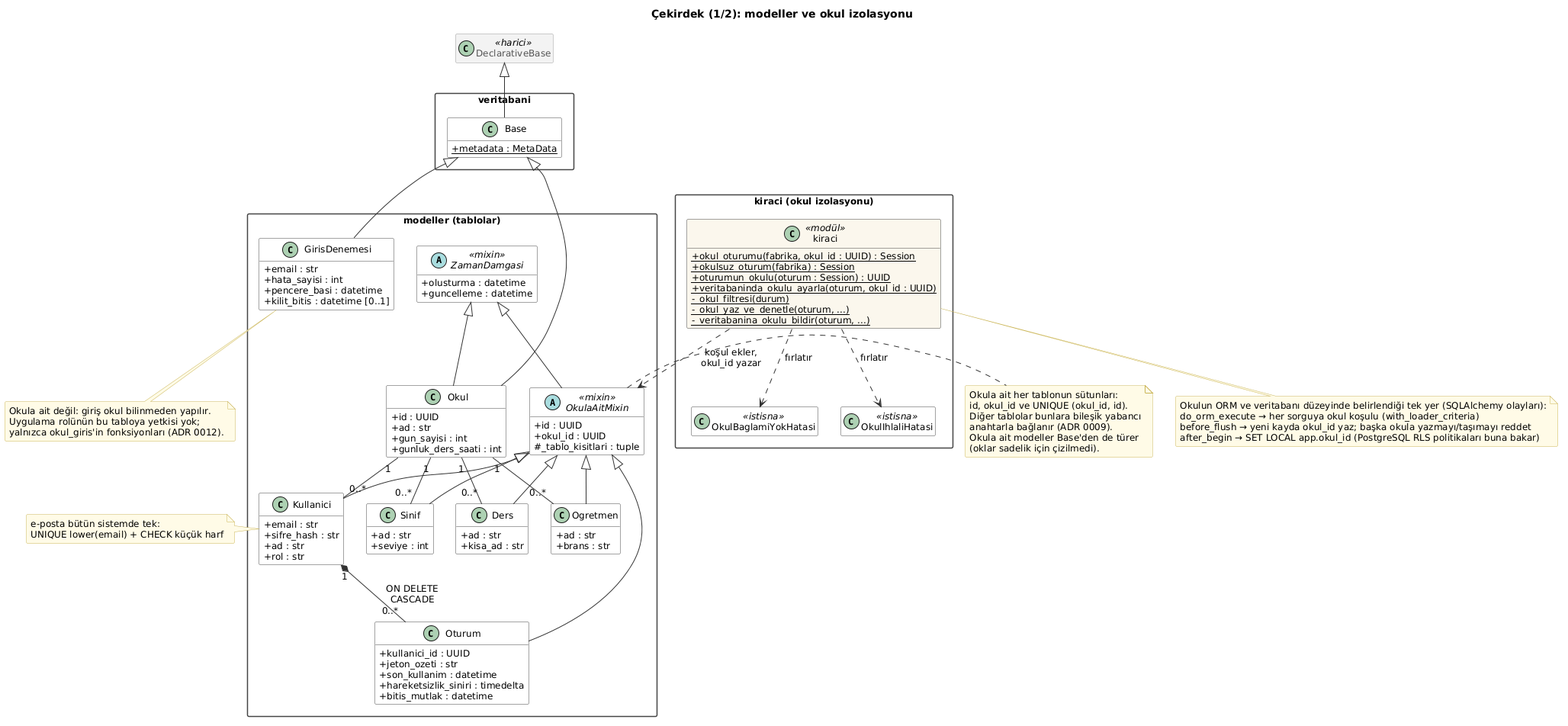
The PlantUML diagram docs/diyagramlar/cikti/02-cekirdek-modeller.png in yusuf-aycicek/cizelge, before a commit.
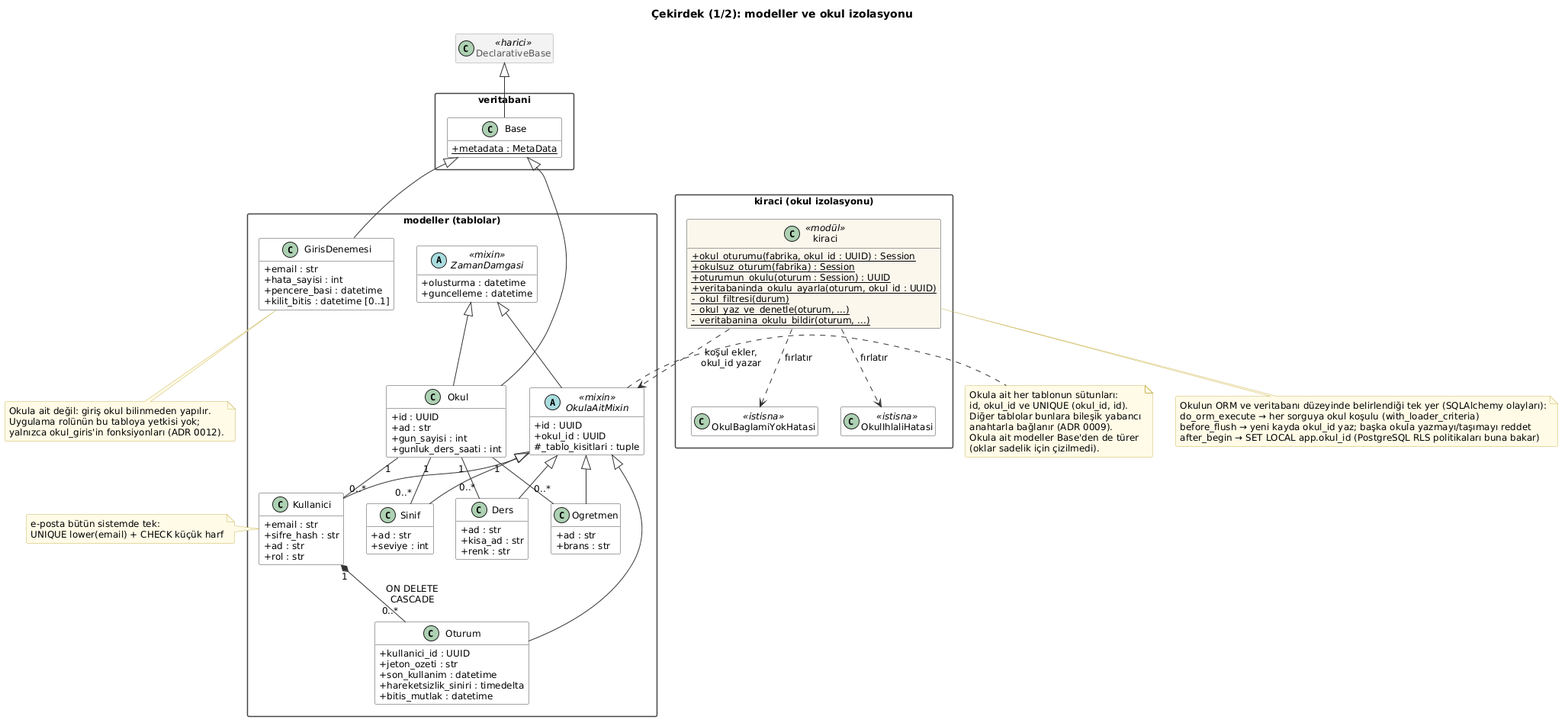
The same diagram one commit later.

What changed in the source:
```diff
@@ -45,6 +45,7 @@
   class Ders {
     +ad : str
     +kisa_ad : str
+    +renk : str
   }
   class Oturum {
     +kullanici_id : UUID
```
